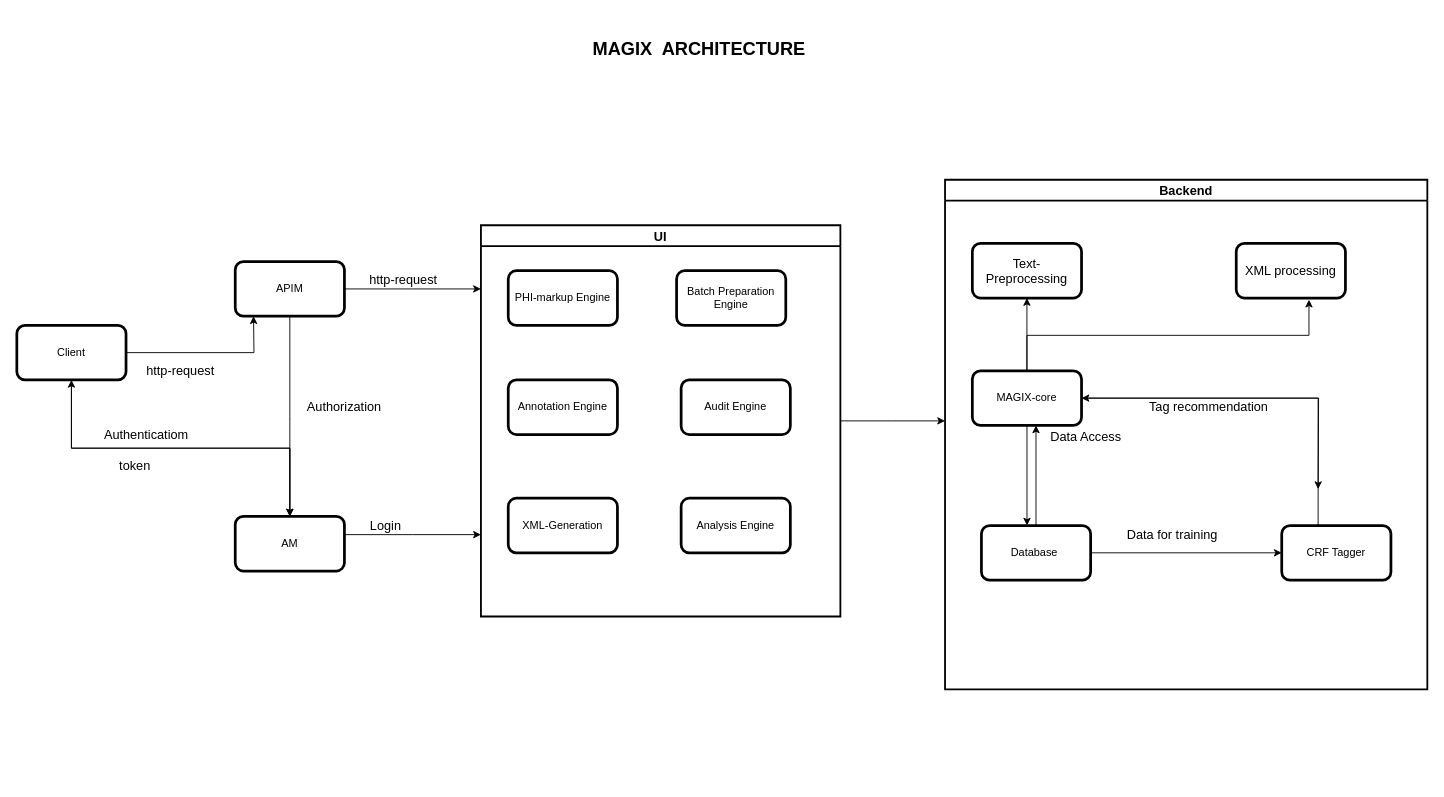
Above: Untitled Diagram.drawio in vickycena/gcc (draw.io), before the change. Source tidied: cells renumbered, new cells numbered last; positions are measured from the earlier drawing's top-left corner, leaving out a move shared by most shapes. Both pictures are drawn from the tidied source at 91%, with x=0, y=0 at pixel (16, 15).
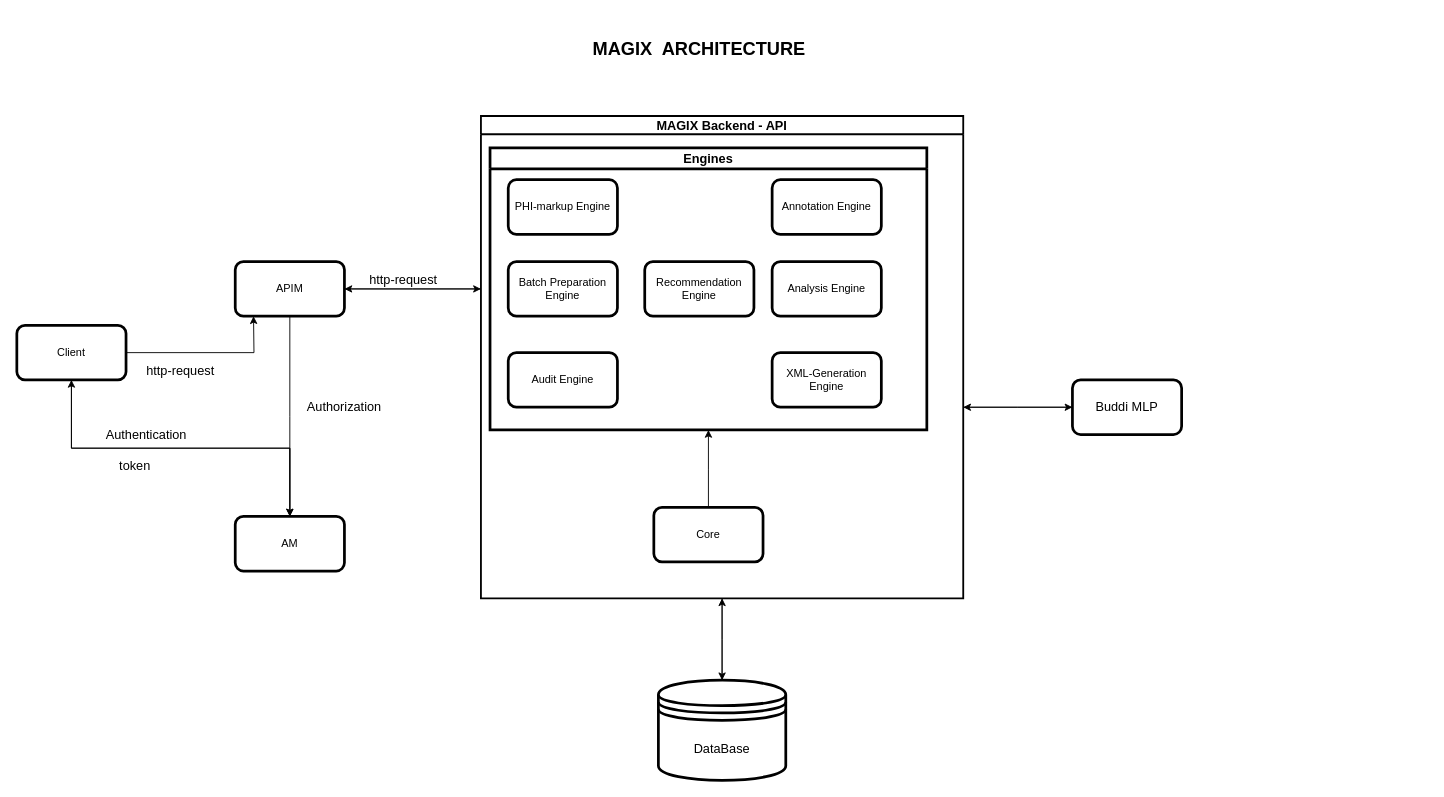
The same page after the edit.

The change refers to these unchanged cells:
```xml
<mxCell id="36" value="AM" style="rounded=1;whiteSpace=wrap;html=1;strokeWidth=3;" parent="1" vertex="1">
  <mxGeometry x="240" y="550" width="120" height="60" as="geometry" />
</mxCell>
```

Change to the diagram source:
```diff
@@
-    <mxCell id="5" style="edgeStyle=orthogonalEdgeStyle;rounded=0;jettySize=auto;html=1;fontSize=14;" parent="1" edge="1" source="14">
-      <mxGeometry relative="1" as="geometry">
-        <mxPoint x="1430" y="520" as="targetPoint" />
-      </mxGeometry>
-    </mxCell>
@@
-    <mxCell id="7" value="&lt;font style=&quot;font-size: 14px&quot;&gt;Data Access&lt;/font&gt;" style="text;html=1;strokeColor=none;fillColor=none;align=center;verticalAlign=middle;whiteSpace=wrap;rounded=0;fontSize=20;" parent="1" vertex="1">
-      <mxGeometry x="1100" y="450" width="150" height="20" as="geometry" />
-    </mxCell>
-    <mxCell id="8" value="Data for training" style="text;html=1;strokeColor=none;fillColor=none;align=center;verticalAlign=middle;whiteSpace=wrap;rounded=0;fontSize=14;" parent="1" vertex="1">
-      <mxGeometry x="1200" y="560" width="140" height="20" as="geometry" />
-    </mxCell>
-    <mxCell id="9" value="Login" style="text;html=1;align=center;verticalAlign=middle;strokeColor=none;fontSize=14;" parent="1" vertex="1">
-      <mxGeometry x="380" y="550" width="50" height="20" as="geometry" />
-    </mxCell>
+    <mxCell id="42" style="edgeStyle=elbowEdgeStyle;rounded=0;jettySize=auto;elbow=vertical;html=1;fontSize=14;" parent="1" edge="1" source="10" target="48">
+      <mxGeometry relative="1" as="geometry" />
+    </mxCell>
+    <mxCell id="43" style="edgeStyle=elbowEdgeStyle;rounded=0;jettySize=auto;elbow=vertical;html=1;entryX=0.5;entryY=0;entryDx=0;entryDy=0;fontSize=14;" parent="1" edge="1" source="10" target="50">
+      <mxGeometry relative="1" as="geometry" />
+    </mxCell>
+    <mxCell id="44" style="edgeStyle=elbowEdgeStyle;rounded=0;jettySize=auto;elbow=vertical;html=1;fontSize=14;" parent="1" edge="1" source="10">
+      <mxGeometry relative="1" as="geometry">
+        <mxPoint x="360" y="300" as="targetPoint" />
+      </mxGeometry>
+    </mxCell>
-    <mxCell id="10" value="Backend" style="swimlane;labelBackgroundColor=none;fontSize=14;fontColor=none;strokeWidth=2;" parent="1" vertex="1">
-      <mxGeometry x="1020" y="180" width="530" height="560" as="geometry" />
+    <mxCell id="10" value="MAGIX Backend - API" style="swimlane;labelBackgroundColor=none;fontSize=14;fontColor=none;strokeWidth=2;startSize=20;" parent="1" vertex="1">
+      <mxGeometry x="510" y="110" width="530" height="530" as="geometry" />
     </mxCell>
-    <mxCell id="11" value="Database&amp;nbsp;" style="rounded=1;whiteSpace=wrap;html=1;strokeWidth=3;" parent="10" vertex="1">
-      <mxGeometry x="40" y="380" width="120" height="60" as="geometry" />
-    </mxCell>
-    <mxCell id="12" style="edgeStyle=elbowEdgeStyle;rounded=0;jettySize=auto;elbow=vertical;html=1;fontSize=14;" parent="10" edge="1" source="14" target="21">
-      <mxGeometry relative="1" as="geometry" />
-    </mxCell>
-    <mxCell id="13" style="edgeStyle=elbowEdgeStyle;rounded=0;jettySize=auto;elbow=vertical;html=1;entryX=0.666;entryY=1.031;entryDx=0;entryDy=0;entryPerimeter=0;fontSize=14;" parent="10" edge="1" source="14" target="17">
-      <mxGeometry relative="1" as="geometry" />
-    </mxCell>
+    <mxCell id="45" style="edgeStyle=elbowEdgeStyle;rounded=0;jettySize=auto;elbow=vertical;html=1;entryX=0.5;entryY=1;entryDx=0;entryDy=0;fontSize=14;" parent="10" edge="1" source="14" target="46">
+      <mxGeometry relative="1" as="geometry" />
+    </mxCell>
-    <mxCell id="14" value="MAGIX-core" style="rounded=1;whiteSpace=wrap;html=1;labelBorderColor=none;strokeWidth=3;" parent="10" vertex="1">
-      <mxGeometry x="30" y="210" width="120" height="60" as="geometry" />
+    <mxCell id="14" value="Core" style="rounded=1;whiteSpace=wrap;html=1;labelBorderColor=none;strokeWidth=3;" parent="10" vertex="1">
+      <mxGeometry x="190" y="430" width="120" height="60" as="geometry" />
     </mxCell>
-    <mxCell id="15" style="edgeStyle=orthogonalEdgeStyle;rounded=0;jettySize=auto;html=1;entryX=0.417;entryY=0;entryDx=0;entryDy=0;entryPerimeter=0;fontSize=14;" parent="10" edge="1" source="14" target="11">
-      <mxGeometry relative="1" as="geometry" />
-    </mxCell>
-    <mxCell id="16" style="edgeStyle=orthogonalEdgeStyle;rounded=0;jettySize=auto;html=1;entryX=0.583;entryY=1;entryDx=0;entryDy=0;entryPerimeter=0;fontSize=14;" parent="10" edge="1" source="11" target="14">
-      <mxGeometry relative="1" as="geometry" />
-    </mxCell>
-    <mxCell id="17" value="XML processing" style="rounded=1;whiteSpace=wrap;html=1;fontSize=14;strokeWidth=3;" parent="10" vertex="1">
-      <mxGeometry x="320" y="70" width="120" height="60" as="geometry" />
-    </mxCell>
-    <mxCell id="18" value="CRF Tagger" style="rounded=1;whiteSpace=wrap;html=1;strokeWidth=3;" parent="10" vertex="1">
-      <mxGeometry x="370" y="380" width="120" height="60" as="geometry" />
-    </mxCell>
-    <mxCell id="19" style="edgeStyle=orthogonalEdgeStyle;rounded=0;jettySize=auto;html=1;entryX=0;entryY=0.5;entryDx=0;entryDy=0;fontSize=14;" parent="10" edge="1" source="11" target="18">
-      <mxGeometry relative="1" as="geometry" />
-    </mxCell>
-    <mxCell id="20" style="edgeStyle=orthogonalEdgeStyle;rounded=0;jettySize=auto;html=1;entryX=1;entryY=0.5;entryDx=0;entryDy=0;fontSize=14;" parent="10" edge="1" source="18" target="14">
-      <mxGeometry relative="1" as="geometry">
-        <Array as="points">
-          <mxPoint x="410" y="240" />
-        </Array>
-      </mxGeometry>
-    </mxCell>
-    <mxCell id="21" value="Text-Preprocessing" style="rounded=1;whiteSpace=wrap;html=1;fontSize=14;strokeWidth=3;" parent="10" vertex="1">
-      <mxGeometry x="30" y="70" width="120" height="60" as="geometry" />
-    </mxCell>
-    <mxCell id="22" value="Tag recommendation" style="text;html=1;strokeColor=none;fillColor=none;align=center;verticalAlign=middle;whiteSpace=wrap;rounded=0;fontSize=14;" parent="10" vertex="1">
-      <mxGeometry x="220" y="240" width="140" height="20" as="geometry" />
-    </mxCell>
-    <mxCell id="23" style="edgeStyle=orthogonalEdgeStyle;rounded=0;jettySize=auto;html=1;fontSize=14;fontColor=none;" parent="1" edge="1" source="24">
-      <mxGeometry relative="1" as="geometry">
-        <mxPoint x="1020" y="445" as="targetPoint" />
-      </mxGeometry>
-    </mxCell>
-    <mxCell id="24" value="UI" style="swimlane;labelBackgroundColor=none;fontSize=14;fontColor=none;strokeWidth=2;" parent="1" vertex="1">
-      <mxGeometry x="510" y="230" width="395" height="430" as="geometry" />
-    </mxCell>
-    <mxCell id="25" value="PHI-markup Engine" style="rounded=1;whiteSpace=wrap;html=1;strokeWidth=3;" parent="24" vertex="1">
-      <mxGeometry x="30" y="50" width="120" height="60" as="geometry" />
+    <mxCell id="25" value="PHI-markup Engine" style="rounded=1;whiteSpace=wrap;html=1;strokeWidth=3;" parent="10" vertex="1">
+      <mxGeometry x="30" y="70" width="120" height="60" as="geometry" />
     </mxCell>
+    <mxCell id="29" value="Batch Preparation Engine" style="rounded=1;whiteSpace=wrap;html=1;strokeWidth=3;" parent="10" vertex="1">
+      <mxGeometry x="30" y="160" width="120" height="60" as="geometry" />
+    </mxCell>
-    <mxCell id="26" value="Annotation Engine" style="rounded=1;whiteSpace=wrap;html=1;strokeWidth=3;" parent="24" vertex="1">
-      <mxGeometry x="30" y="170" width="120" height="60" as="geometry" />
+    <mxCell id="26" value="Annotation Engine" style="rounded=1;whiteSpace=wrap;html=1;strokeWidth=3;" parent="10" vertex="1">
+      <mxGeometry x="320" y="70" width="120" height="60" as="geometry" />
     </mxCell>
-    <mxCell id="27" value="Audit Engine" style="rounded=1;whiteSpace=wrap;html=1;strokeWidth=3;" parent="24" vertex="1">
-      <mxGeometry x="220" y="170" width="120" height="60" as="geometry" />
+    <mxCell id="27" value="Audit Engine" style="rounded=1;whiteSpace=wrap;html=1;strokeWidth=3;" parent="10" vertex="1">
+      <mxGeometry x="30" y="260" width="120" height="60" as="geometry" />
     </mxCell>
+    <mxCell id="30" value="XML-Generation Engine" style="rounded=1;whiteSpace=wrap;html=1;strokeWidth=3;" parent="10" vertex="1">
+      <mxGeometry x="320" y="260" width="120" height="60" as="geometry" />
+    </mxCell>
-    <mxCell id="28" value="Analysis Engine" style="rounded=1;whiteSpace=wrap;html=1;strokeWidth=3;" parent="24" vertex="1">
-      <mxGeometry x="220" y="300" width="120" height="60" as="geometry" />
+    <mxCell id="28" value="Analysis Engine" style="rounded=1;whiteSpace=wrap;html=1;strokeWidth=3;" parent="10" vertex="1">
+      <mxGeometry x="320" y="160" width="120" height="60" as="geometry" />
     </mxCell>
-    <mxCell id="29" value="Batch Preparation Engine" style="rounded=1;whiteSpace=wrap;html=1;strokeWidth=3;" parent="24" vertex="1">
-      <mxGeometry x="215" y="50" width="120" height="60" as="geometry" />
-    </mxCell>
-    <mxCell id="30" value="XML-Generation" style="rounded=1;whiteSpace=wrap;html=1;strokeWidth=3;" parent="24" vertex="1">
-      <mxGeometry x="30" y="300" width="120" height="60" as="geometry" />
-    </mxCell>
+    <mxCell id="46" value="Engines" style="swimlane;fontSize=14;strokeWidth=3;" parent="10" vertex="1">
+      <mxGeometry x="10" y="35" width="480" height="310" as="geometry" />
+    </mxCell>
+    <mxCell id="18" value="Recommendation Engine" style="rounded=1;whiteSpace=wrap;html=1;strokeWidth=3;" parent="46" vertex="1">
+      <mxGeometry x="170" y="125" width="120" height="60" as="geometry" />
+    </mxCell>
@@
-    <mxCell id="35" style="edgeStyle=elbowEdgeStyle;rounded=0;jettySize=auto;elbow=vertical;html=1;" parent="1" edge="1" source="36">
-      <mxGeometry relative="1" as="geometry">
-        <mxPoint x="510" y="570" as="targetPoint" />
-      </mxGeometry>
-    </mxCell>
@@
-    <mxCell id="38" value="Authenticatiom" style="text;html=1;strokeColor=none;fillColor=none;align=center;verticalAlign=middle;whiteSpace=wrap;rounded=0;fontSize=14;" parent="1" vertex="1">
+    <mxCell id="38" value="Authentication" style="text;html=1;strokeColor=none;fillColor=none;align=center;verticalAlign=middle;whiteSpace=wrap;rounded=0;fontSize=14;" parent="1" vertex="1">
       <mxGeometry x="85" y="440" width="115" height="40" as="geometry" />
     </mxCell>
@@
+    <mxCell id="47" style="edgeStyle=elbowEdgeStyle;rounded=0;jettySize=auto;elbow=vertical;html=1;fontSize=14;" parent="1" edge="1" source="48">
+      <mxGeometry relative="1" as="geometry">
+        <mxPoint x="1040" y="430" as="targetPoint" />
+      </mxGeometry>
+    </mxCell>
+    <mxCell id="48" value="Buddi MLP" style="rounded=1;whiteSpace=wrap;html=1;fontSize=14;strokeWidth=3;" parent="1" vertex="1">
+      <mxGeometry x="1160" y="400" width="120" height="60" as="geometry" />
+    </mxCell>
+    <mxCell id="49" style="edgeStyle=elbowEdgeStyle;rounded=0;jettySize=auto;elbow=vertical;html=1;entryX=0.5;entryY=1;entryDx=0;entryDy=0;fontSize=14;" parent="1" edge="1" source="50" target="10">
+      <mxGeometry relative="1" as="geometry" />
+    </mxCell>
+    <mxCell id="50" value="DataBase" style="shape=datastore;whiteSpace=wrap;html=1;fontSize=14;strokeWidth=3;" parent="1" vertex="1">
+      <mxGeometry x="705" y="730" width="140" height="110" as="geometry" />
+    </mxCell>
```
